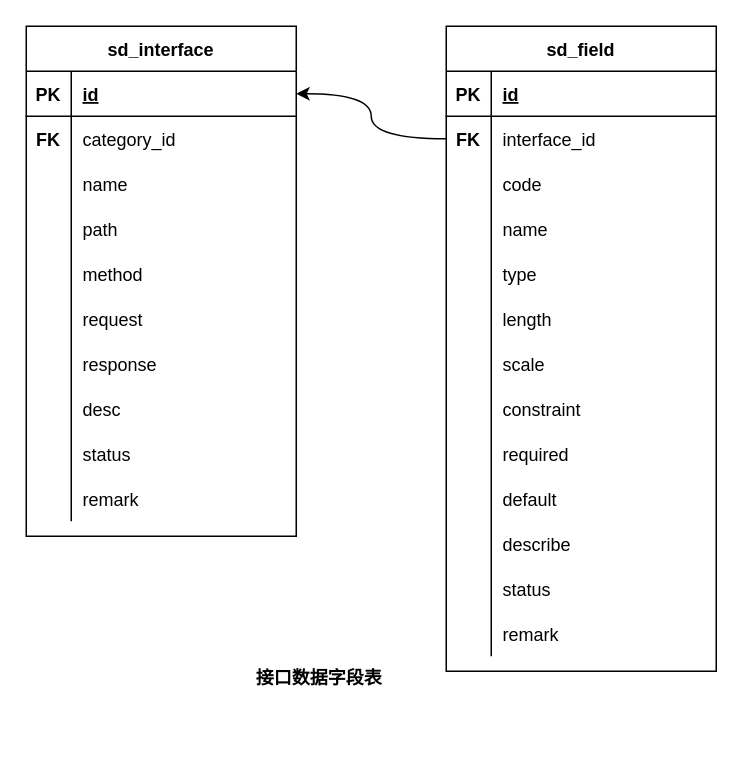
ab-doc/draw.io keeps this draw.io diagram as page "20220930143652" (3 of 7) of src/work/wyjz/service_directory/db_design_20220930.drawio. Above is the earlier version. Source tidied: cells renumbered, new cells numbered last; positions are measured from the earlier drawing's top-left corner, leaving out a move shared by most shapes. Both pictures are drawn from the tidied source at 150%, with x=0, y=0 at pixel (26, 26).
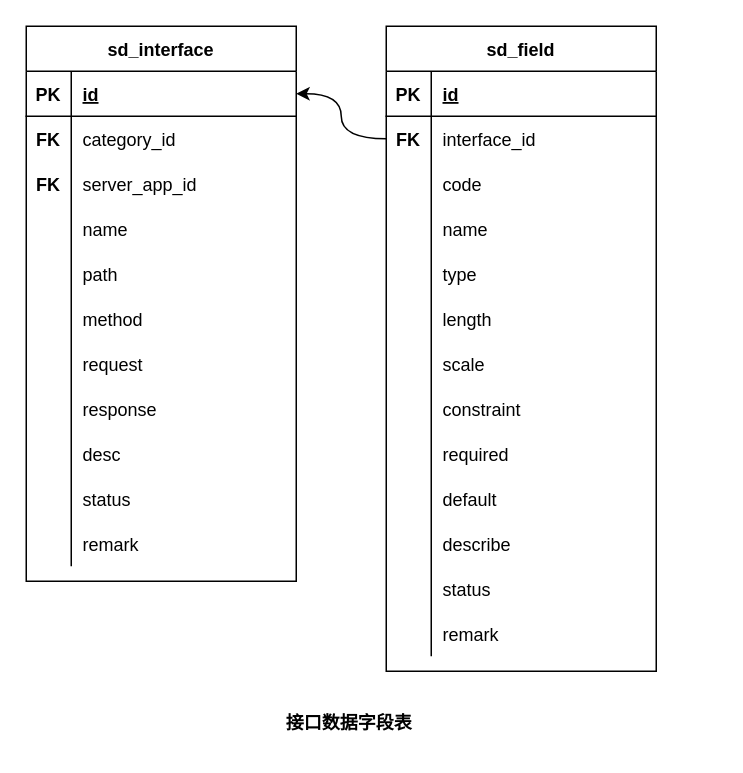
After the change.

The change refers to these unchanged cells:
```xml
<mxCell id="7" style="shape=tableRow;horizontal=0;startSize=0;swimlaneHead=0;swimlaneBody=0;fillColor=none;points=[[0,0.5],[1,0.5]];portConstraint=eastwest;top=0;left=0;right=0;bottom=0;" parent="3" vertex="1">
  <mxGeometry y="60" width="180" height="30" as="geometry" />
</mxCell>
<mxCell id="45" style="shape=tableRow;horizontal=0;startSize=0;swimlaneHead=0;swimlaneBody=0;fillColor=none;points=[[0,0.5],[1,0.5]];portConstraint=eastwest;top=0;left=0;right=0;bottom=1;" parent="44" vertex="1">
  <mxGeometry y="30" width="180" height="30" as="geometry" />
</mxCell>
<mxCell id="48" style="shape=tableRow;horizontal=0;startSize=0;swimlaneHead=0;swimlaneBody=0;fillColor=none;top=0;left=0;right=0;bottom=0;" parent="44" vertex="1">
  <mxGeometry y="60" width="180" height="30" as="geometry" />
</mxCell>
<mxCell id="51" style="shape=tableRow;horizontal=0;startSize=0;swimlaneHead=0;swimlaneBody=0;fillColor=none;top=0;left=0;right=0;bottom=0;" parent="44" vertex="1">
  <mxGeometry y="90" width="180" height="30" as="geometry" />
</mxCell>
```

Change to the diagram source:
```diff
@@
-    <mxCell id="2" style="edgeStyle=orthogonalEdgeStyle;curved=1;rounded=0;jettySize=auto;html=1;startArrow=none;startFill=0;endArrow=classic;endFill=1;entryX=1;entryY=0.5;entryDx=0;entryDy=0;exitX=0;exitY=0.5;exitDx=0;exitDy=0;" parent="1" edge="1" source="7" target="45">
+    <mxCell id="2" style="edgeStyle=orthogonalEdgeStyle;curved=1;rounded=0;jettySize=auto;html=1;entryX=1;entryY=0.5;entryDx=0;entryDy=0;exitX=0;exitY=0.5;exitDx=0;exitDy=0;" parent="1" edge="1" source="7" target="45">
       <mxGeometry relative="1" as="geometry" />
     </mxCell>
     <mxCell id="3" value="sd_field" style="shape=table;startSize=30;childLayout=tableLayout;rowLines=0;fontStyle=1;align=center;" parent="1" vertex="1">
-      <mxGeometry x="280" width="180" height="430" as="geometry" />
+      <mxGeometry x="240" width="180" height="430" as="geometry" />
     </mxCell>
@@
     <mxCell id="43" value="&lt;b&gt;接口数据字段表&lt;/b&gt;" style="text;html=1;align=center;verticalAlign=middle;strokeColor=none;fillColor=none;" parent="1" vertex="1">
-      <mxGeometry x="140" y="420" width="110" height="30" as="geometry" />
+      <mxGeometry x="160" y="450" width="110" height="30" as="geometry" />
     </mxCell>
     <mxCell id="44" value="sd_interface" style="shape=table;startSize=30;childLayout=tableLayout;rowLines=0;fontStyle=1;align=center;" parent="1" vertex="1">
-      <mxGeometry width="180" height="340" as="geometry" />
+      <mxGeometry width="180" height="370" as="geometry" />
     </mxCell>
@@
-    <mxCell id="49" value="FK" style="shape=partialRectangle;fillColor=none;top=0;left=0;bottom=0;right=0;overflow=hidden;fontStyle=1;" parent="48" vertex="1">
-      <mxGeometry width="30" height="30" as="geometry" />
-    </mxCell>
+    <mxCell id="75" value="FK" style="shape=partialRectangle;fillColor=none;top=0;left=0;bottom=0;right=0;overflow=hidden;fontStyle=1;" parent="48" vertex="1">
+      <mxGeometry width="30" height="30" as="geometry" />
+    </mxCell>
@@
-    <mxCell id="52" style="shape=partialRectangle;fillColor=none;top=0;left=0;bottom=0;right=0;overflow=hidden;" parent="51" vertex="1">
-      <mxGeometry width="30" height="30" as="geometry" />
-    </mxCell>
+    <mxCell id="76" value="FK" style="shape=partialRectangle;fillColor=none;top=0;left=0;bottom=0;right=0;overflow=hidden;fontStyle=1;" parent="51" vertex="1">
+      <mxGeometry width="30" height="30" as="geometry" />
+    </mxCell>
+    <mxCell id="77" value="server_app_id" style="shape=partialRectangle;fillColor=none;top=0;left=0;bottom=0;right=0;align=left;spacingLeft=6;overflow=hidden;" parent="51" vertex="1">
+      <mxGeometry x="30" width="150" height="30" as="geometry" />
+    </mxCell>
+    <mxCell id="54" style="shape=tableRow;horizontal=0;startSize=0;swimlaneHead=0;swimlaneBody=0;fillColor=none;top=0;left=0;right=0;bottom=0;" parent="44" vertex="1">
+      <mxGeometry y="120" width="180" height="30" as="geometry" />
+    </mxCell>
+    <mxCell id="78" style="shape=partialRectangle;fillColor=none;top=0;left=0;bottom=0;right=0;overflow=hidden;" parent="54" vertex="1">
+      <mxGeometry width="30" height="30" as="geometry" />
+    </mxCell>
-    <mxCell id="53" value="name" style="shape=partialRectangle;fillColor=none;top=0;left=0;bottom=0;right=0;align=left;spacingLeft=6;overflow=hidden;" parent="51" vertex="1">
+    <mxCell id="53" value="name" style="shape=partialRectangle;fillColor=none;top=0;left=0;bottom=0;right=0;align=left;spacingLeft=6;overflow=hidden;" parent="54" vertex="1">
       <mxGeometry x="30" width="150" height="30" as="geometry" />
     </mxCell>
-    <mxCell id="54" style="shape=tableRow;horizontal=0;startSize=0;swimlaneHead=0;swimlaneBody=0;fillColor=none;top=0;left=0;right=0;bottom=0;" parent="44" vertex="1">
-      <mxGeometry y="120" width="180" height="30" as="geometry" />
-    </mxCell>
-    <mxCell id="55" style="shape=partialRectangle;fillColor=none;top=0;left=0;bottom=0;right=0;overflow=hidden;" parent="54" vertex="1">
-      <mxGeometry width="30" height="30" as="geometry" />
-    </mxCell>
+    <mxCell id="57" style="shape=tableRow;horizontal=0;startSize=0;swimlaneHead=0;swimlaneBody=0;fillColor=none;top=0;left=0;right=0;bottom=0;" parent="44" vertex="1">
+      <mxGeometry y="150" width="180" height="30" as="geometry" />
+    </mxCell>
+    <mxCell id="79" style="shape=partialRectangle;fillColor=none;top=0;left=0;bottom=0;right=0;overflow=hidden;" parent="57" vertex="1">
+      <mxGeometry width="30" height="30" as="geometry" />
+    </mxCell>
-    <mxCell id="56" value="path" style="shape=partialRectangle;fillColor=none;top=0;left=0;bottom=0;right=0;align=left;spacingLeft=6;overflow=hidden;" parent="54" vertex="1">
+    <mxCell id="56" value="path" style="shape=partialRectangle;fillColor=none;top=0;left=0;bottom=0;right=0;align=left;spacingLeft=6;overflow=hidden;" parent="57" vertex="1">
       <mxGeometry x="30" width="150" height="30" as="geometry" />
     </mxCell>
-    <mxCell id="57" style="shape=tableRow;horizontal=0;startSize=0;swimlaneHead=0;swimlaneBody=0;fillColor=none;top=0;left=0;right=0;bottom=0;" parent="44" vertex="1">
-      <mxGeometry y="150" width="180" height="30" as="geometry" />
-    </mxCell>
-    <mxCell id="58" style="shape=partialRectangle;fillColor=none;top=0;left=0;bottom=0;right=0;overflow=hidden;" parent="57" vertex="1">
-      <mxGeometry width="30" height="30" as="geometry" />
-    </mxCell>
+    <mxCell id="60" style="shape=tableRow;horizontal=0;startSize=0;swimlaneHead=0;swimlaneBody=0;fillColor=none;top=0;left=0;right=0;bottom=0;" parent="44" vertex="1">
+      <mxGeometry y="180" width="180" height="30" as="geometry" />
+    </mxCell>
+    <mxCell id="80" style="shape=partialRectangle;fillColor=none;top=0;left=0;bottom=0;right=0;overflow=hidden;" parent="60" vertex="1">
+      <mxGeometry width="30" height="30" as="geometry" />
+    </mxCell>
-    <mxCell id="59" value="method" style="shape=partialRectangle;fillColor=none;top=0;left=0;bottom=0;right=0;align=left;spacingLeft=6;overflow=hidden;" parent="57" vertex="1">
+    <mxCell id="59" value="method" style="shape=partialRectangle;fillColor=none;top=0;left=0;bottom=0;right=0;align=left;spacingLeft=6;overflow=hidden;" parent="60" vertex="1">
       <mxGeometry x="30" width="150" height="30" as="geometry" />
     </mxCell>
-    <mxCell id="60" style="shape=tableRow;horizontal=0;startSize=0;swimlaneHead=0;swimlaneBody=0;fillColor=none;top=0;left=0;right=0;bottom=0;" parent="44" vertex="1">
-      <mxGeometry y="180" width="180" height="30" as="geometry" />
-    </mxCell>
-    <mxCell id="61" style="shape=partialRectangle;fillColor=none;top=0;left=0;bottom=0;right=0;overflow=hidden;" parent="60" vertex="1">
-      <mxGeometry width="30" height="30" as="geometry" />
-    </mxCell>
+    <mxCell id="63" style="shape=tableRow;horizontal=0;startSize=0;swimlaneHead=0;swimlaneBody=0;fillColor=none;top=0;left=0;right=0;bottom=0;" parent="44" vertex="1">
+      <mxGeometry y="210" width="180" height="30" as="geometry" />
+    </mxCell>
+    <mxCell id="81" style="shape=partialRectangle;fillColor=none;top=0;left=0;bottom=0;right=0;overflow=hidden;" parent="63" vertex="1">
+      <mxGeometry width="30" height="30" as="geometry" />
+    </mxCell>
-    <mxCell id="62" value="request" style="shape=partialRectangle;fillColor=none;top=0;left=0;bottom=0;right=0;align=left;spacingLeft=6;overflow=hidden;" parent="60" vertex="1">
+    <mxCell id="62" value="request" style="shape=partialRectangle;fillColor=none;top=0;left=0;bottom=0;right=0;align=left;spacingLeft=6;overflow=hidden;" parent="63" vertex="1">
       <mxGeometry x="30" width="150" height="30" as="geometry" />
     </mxCell>
-    <mxCell id="63" style="shape=tableRow;horizontal=0;startSize=0;swimlaneHead=0;swimlaneBody=0;fillColor=none;top=0;left=0;right=0;bottom=0;" parent="44" vertex="1">
-      <mxGeometry y="210" width="180" height="30" as="geometry" />
-    </mxCell>
-    <mxCell id="64" style="shape=partialRectangle;fillColor=none;top=0;left=0;bottom=0;right=0;overflow=hidden;" parent="63" vertex="1">
-      <mxGeometry width="30" height="30" as="geometry" />
-    </mxCell>
+    <mxCell id="66" style="shape=tableRow;horizontal=0;startSize=0;swimlaneHead=0;swimlaneBody=0;fillColor=none;top=0;left=0;right=0;bottom=0;" parent="44" vertex="1">
+      <mxGeometry y="240" width="180" height="30" as="geometry" />
+    </mxCell>
+    <mxCell id="82" style="shape=partialRectangle;fillColor=none;top=0;left=0;bottom=0;right=0;overflow=hidden;" parent="66" vertex="1">
+      <mxGeometry width="30" height="30" as="geometry" />
+    </mxCell>
-    <mxCell id="65" value="response" style="shape=partialRectangle;fillColor=none;top=0;left=0;bottom=0;right=0;align=left;spacingLeft=6;overflow=hidden;" parent="63" vertex="1">
+    <mxCell id="65" value="response" style="shape=partialRectangle;fillColor=none;top=0;left=0;bottom=0;right=0;align=left;spacingLeft=6;overflow=hidden;" parent="66" vertex="1">
       <mxGeometry x="30" width="150" height="30" as="geometry" />
     </mxCell>
-    <mxCell id="66" style="shape=tableRow;horizontal=0;startSize=0;swimlaneHead=0;swimlaneBody=0;fillColor=none;top=0;left=0;right=0;bottom=0;" parent="44" vertex="1">
-      <mxGeometry y="240" width="180" height="30" as="geometry" />
-    </mxCell>
-    <mxCell id="67" style="shape=partialRectangle;fillColor=none;top=0;left=0;bottom=0;right=0;overflow=hidden;" parent="66" vertex="1">
-      <mxGeometry width="30" height="30" as="geometry" />
-    </mxCell>
+    <mxCell id="69" style="shape=tableRow;horizontal=0;startSize=0;swimlaneHead=0;swimlaneBody=0;fillColor=none;top=0;left=0;right=0;bottom=0;" parent="44" vertex="1">
+      <mxGeometry y="270" width="180" height="30" as="geometry" />
+    </mxCell>
+    <mxCell id="83" style="shape=partialRectangle;fillColor=none;top=0;left=0;bottom=0;right=0;overflow=hidden;" parent="69" vertex="1">
+      <mxGeometry width="30" height="30" as="geometry" />
+    </mxCell>
-    <mxCell id="68" value="desc" style="shape=partialRectangle;fillColor=none;top=0;left=0;bottom=0;right=0;align=left;spacingLeft=6;overflow=hidden;" parent="66" vertex="1">
+    <mxCell id="68" value="desc" style="shape=partialRectangle;fillColor=none;top=0;left=0;bottom=0;right=0;align=left;spacingLeft=6;overflow=hidden;" parent="69" vertex="1">
       <mxGeometry x="30" width="150" height="30" as="geometry" />
     </mxCell>
-    <mxCell id="69" style="shape=tableRow;horizontal=0;startSize=0;swimlaneHead=0;swimlaneBody=0;fillColor=none;top=0;left=0;right=0;bottom=0;" parent="44" vertex="1">
-      <mxGeometry y="270" width="180" height="30" as="geometry" />
-    </mxCell>
-    <mxCell id="70" style="shape=partialRectangle;fillColor=none;top=0;left=0;bottom=0;right=0;overflow=hidden;" parent="69" vertex="1">
-      <mxGeometry width="30" height="30" as="geometry" />
-    </mxCell>
+    <mxCell id="72" style="shape=tableRow;horizontal=0;startSize=0;swimlaneHead=0;swimlaneBody=0;fillColor=none;top=0;left=0;right=0;bottom=0;" parent="44" vertex="1">
+      <mxGeometry y="300" width="180" height="30" as="geometry" />
+    </mxCell>
+    <mxCell id="84" style="shape=partialRectangle;fillColor=none;top=0;left=0;bottom=0;right=0;overflow=hidden;" parent="72" vertex="1">
+      <mxGeometry width="30" height="30" as="geometry" />
+    </mxCell>
-    <mxCell id="71" value="status" style="shape=partialRectangle;fillColor=none;top=0;left=0;bottom=0;right=0;align=left;spacingLeft=6;overflow=hidden;" parent="69" vertex="1">
+    <mxCell id="71" value="status" style="shape=partialRectangle;fillColor=none;top=0;left=0;bottom=0;right=0;align=left;spacingLeft=6;overflow=hidden;" parent="72" vertex="1">
       <mxGeometry x="30" width="150" height="30" as="geometry" />
     </mxCell>
-    <mxCell id="72" style="shape=tableRow;horizontal=0;startSize=0;swimlaneHead=0;swimlaneBody=0;fillColor=none;top=0;left=0;right=0;bottom=0;" parent="44" vertex="1">
-      <mxGeometry y="300" width="180" height="30" as="geometry" />
-    </mxCell>
-    <mxCell id="73" style="shape=partialRectangle;fillColor=none;top=0;left=0;bottom=0;right=0;overflow=hidden;" parent="72" vertex="1">
-      <mxGeometry width="30" height="30" as="geometry" />
-    </mxCell>
+    <mxCell id="85" style="shape=tableRow;horizontal=0;startSize=0;swimlaneHead=0;swimlaneBody=0;fillColor=none;top=0;left=0;right=0;bottom=0;" parent="44" vertex="1">
+      <mxGeometry y="330" width="180" height="30" as="geometry" />
+    </mxCell>
+    <mxCell id="86" style="shape=partialRectangle;fillColor=none;top=0;left=0;bottom=0;right=0;overflow=hidden;" parent="85" vertex="1">
+      <mxGeometry width="30" height="30" as="geometry" />
+    </mxCell>
-    <mxCell id="74" value="remark" style="shape=partialRectangle;fillColor=none;top=0;left=0;bottom=0;right=0;align=left;spacingLeft=6;overflow=hidden;" parent="72" vertex="1">
+    <mxCell id="74" value="remark" style="shape=partialRectangle;fillColor=none;top=0;left=0;bottom=0;right=0;align=left;spacingLeft=6;overflow=hidden;" parent="85" vertex="1">
       <mxGeometry x="30" width="150" height="30" as="geometry" />
     </mxCell>
```
